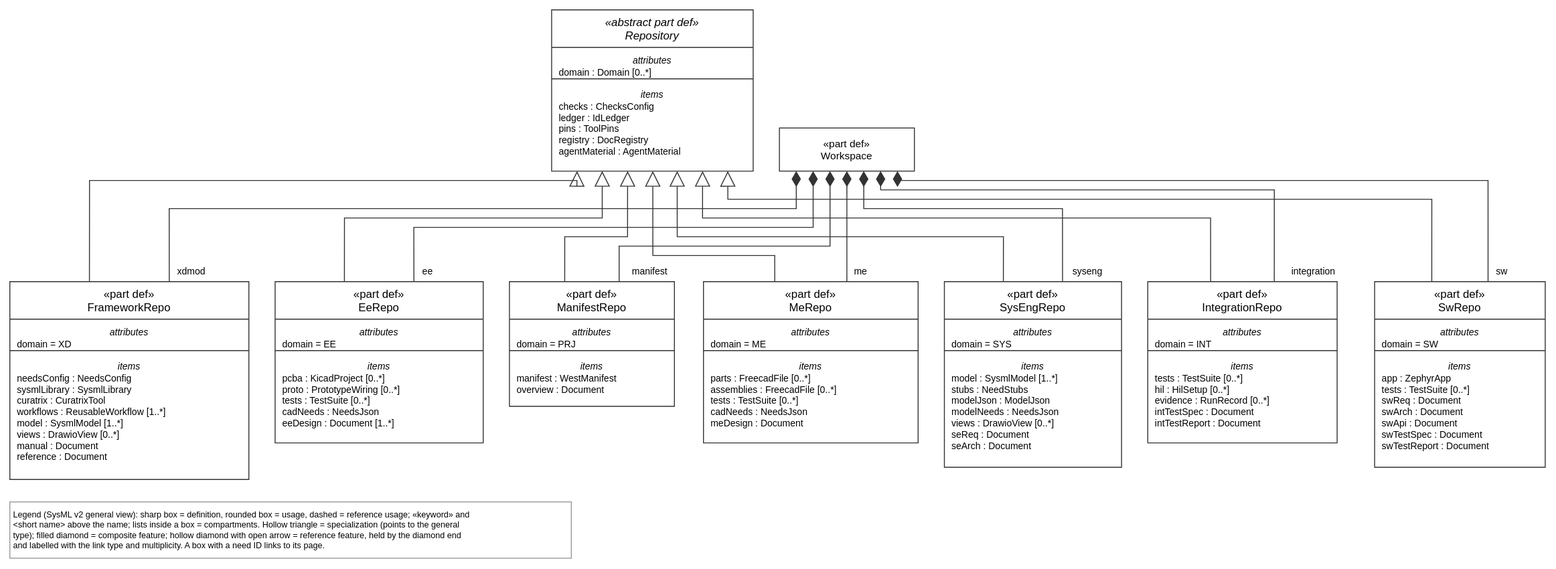
Above: views/workspaceRepos.drawio.svg in tiacsys/xdmod (draw.io), before the change. Source tidied: cells renumbered, new cells last; positions are measured from the earlier drawing's top-left corner, leaving out a move shared by most shapes.
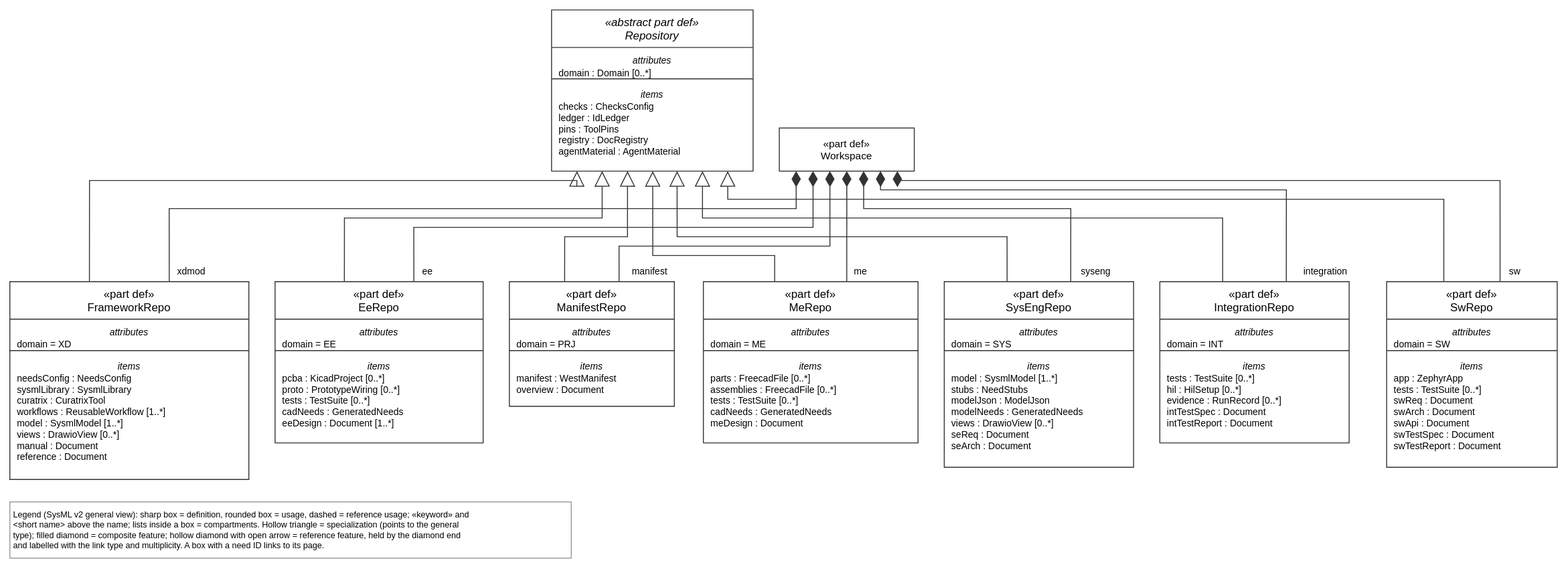
After the commit.

Diff of the diagram source:
```diff
@@ -9,7 +9,7 @@
       <mxGeometry y="290" width="255" height="211" as="geometry" />
     </mxCell>
     <mxCell id="4" value="«part def»&#10;IntegrationRepo" style="html=0;fontFamily=Helvetica;fontSize=11;strokeColor=#333333;rounded=0;fillColor=#FFFFFF;swimlane;startSize=40;horizontal=1;fontStyle=0;swimlaneLine=1;" parent="1" vertex="1">
-      <mxGeometry x="1214" y="290" width="202" height="172" as="geometry" />
+      <mxGeometry x="1227" y="290" width="202" height="172" as="geometry" />
     </mxCell>
     <mxCell id="5" value="«part def»&#10;ManifestRepo" style="html=0;fontFamily=Helvetica;fontSize=11;strokeColor=#333333;rounded=0;fillColor=#FFFFFF;swimlane;startSize=40;horizontal=1;fontStyle=0;swimlaneLine=1;" parent="1" vertex="1">
       <mxGeometry x="533" y="290" width="176" height="133" as="geometry" />
@@ -21,10 +21,10 @@
       <mxGeometry x="578" width="215" height="172" as="geometry" />
     </mxCell>
     <mxCell id="8" value="«part def»&#10;SwRepo" style="html=0;fontFamily=Helvetica;fontSize=11;strokeColor=#333333;rounded=0;fillColor=#FFFFFF;swimlane;startSize=40;horizontal=1;fontStyle=0;swimlaneLine=1;" parent="1" vertex="1">
-      <mxGeometry x="1456" y="290" width="182" height="198" as="geometry" />
+      <mxGeometry x="1469" y="290" width="182" height="198" as="geometry" />
     </mxCell>
     <mxCell id="9" value="«part def»&#10;SysEngRepo" style="html=0;fontFamily=Helvetica;fontSize=11;strokeColor=#333333;rounded=0;fillColor=#FFFFFF;swimlane;startSize=40;horizontal=1;fontStyle=0;swimlaneLine=1;" parent="1" vertex="1">
-      <mxGeometry x="997" y="290" width="189" height="198" as="geometry" />
+      <mxGeometry x="997" y="290" width="202" height="198" as="geometry" />
     </mxCell>
     <mxCell id="10" value="«part def»&#10;Workspace" style="html=0;fontFamily=Helvetica;fontSize=11;strokeColor=#333333;rounded=0;fillColor=#FFFFFF;verticalAlign=middle;" parent="1" vertex="1">
       <mxGeometry x="821" y="126" width="144" height="46" as="geometry" />
@@ -44,7 +44,7 @@
     <mxCell id="15" value="items" style="text;html=0;align=center;verticalAlign=top;spacingTop=0;fontFamily=Helvetica;fontSize=10;fontStyle=2;strokeColor=none;" parent="2" vertex="1">
       <mxGeometry y="78" width="222" height="13" as="geometry" />
     </mxCell>
-    <mxCell id="16" value="pcba : KicadProject [0..*]&#10;proto : PrototypeWiring [0..*]&#10;tests : TestSuite [0..*]&#10;cadNeeds : NeedsJson&#10;eeDesign : Document [1..*]" style="text;html=0;align=left;verticalAlign=top;spacingLeft=6;spacingTop=0;fontFamily=Helvetica;fontSize=10;" parent="2" vertex="1">
+    <mxCell id="16" value="pcba : KicadProject [0..*]&#10;proto : PrototypeWiring [0..*]&#10;tests : TestSuite [0..*]&#10;cadNeeds : GeneratedNeeds&#10;eeDesign : Document [1..*]" style="text;html=0;align=left;verticalAlign=top;spacingLeft=6;spacingTop=0;fontFamily=Helvetica;fontSize=10;" parent="2" vertex="1">
       <mxGeometry y="91" width="222" height="69" as="geometry" />
     </mxCell>
     <mxCell id="17" value="attributes" style="text;html=0;align=center;verticalAlign=top;spacingTop=0;fontFamily=Helvetica;fontSize=10;fontStyle=2;strokeColor=none;" parent="3" vertex="1">
@@ -104,7 +104,7 @@
     <mxCell id="35" value="items" style="text;html=0;align=center;verticalAlign=top;spacingTop=0;fontFamily=Helvetica;fontSize=10;fontStyle=2;strokeColor=none;" parent="6" vertex="1">
       <mxGeometry y="78" width="229" height="13" as="geometry" />
     </mxCell>
-    <mxCell id="36" value="parts : FreecadFile [0..*]&#10;assemblies : FreecadFile [0..*]&#10;tests : TestSuite [0..*]&#10;cadNeeds : NeedsJson&#10;meDesign : Document" style="text;html=0;align=left;verticalAlign=top;spacingLeft=6;spacingTop=0;fontFamily=Helvetica;fontSize=10;" parent="6" vertex="1">
+    <mxCell id="36" value="parts : FreecadFile [0..*]&#10;assemblies : FreecadFile [0..*]&#10;tests : TestSuite [0..*]&#10;cadNeeds : GeneratedNeeds&#10;meDesign : Document" style="text;html=0;align=left;verticalAlign=top;spacingLeft=6;spacingTop=0;fontFamily=Helvetica;fontSize=10;" parent="6" vertex="1">
       <mxGeometry y="91" width="229" height="69" as="geometry" />
     </mxCell>
     <mxCell id="37" value="attributes" style="text;html=0;align=center;verticalAlign=top;spacingTop=0;fontFamily=Helvetica;fontSize=10;fontStyle=2;strokeColor=none;" parent="7" vertex="1">
@@ -138,19 +138,19 @@
       <mxGeometry y="91" width="182" height="95" as="geometry" />
     </mxCell>
     <mxCell id="47" value="attributes" style="text;html=0;align=center;verticalAlign=top;spacingTop=0;fontFamily=Helvetica;fontSize=10;fontStyle=2;strokeColor=none;" parent="9" vertex="1">
-      <mxGeometry y="42" width="189" height="13" as="geometry" />
+      <mxGeometry y="42" width="202" height="13" as="geometry" />
     </mxCell>
     <mxCell id="48" value="domain = SYS" style="text;html=0;align=left;verticalAlign=top;spacingLeft=6;spacingTop=0;fontFamily=Helvetica;fontSize=10;" parent="9" vertex="1">
-      <mxGeometry y="55" width="189" height="17" as="geometry" />
+      <mxGeometry y="55" width="202" height="17" as="geometry" />
     </mxCell>
     <mxCell id="49" style="line;html=0;strokeColor=#333333;strokeWidth=1;" parent="9" vertex="1">
-      <mxGeometry y="73" width="189" height="1" as="geometry" />
+      <mxGeometry y="73" width="202" height="1" as="geometry" />
     </mxCell>
     <mxCell id="50" value="items" style="text;html=0;align=center;verticalAlign=top;spacingTop=0;fontFamily=Helvetica;fontSize=10;fontStyle=2;strokeColor=none;" parent="9" vertex="1">
-      <mxGeometry y="78" width="189" height="13" as="geometry" />
+      <mxGeometry y="78" width="202" height="13" as="geometry" />
     </mxCell>
-    <mxCell id="51" value="model : SysmlModel [1..*]&#10;stubs : NeedStubs&#10;modelJson : ModelJson&#10;modelNeeds : NeedsJson&#10;views : DrawioView [0..*]&#10;seReq : Document&#10;seArch : Document" style="text;html=0;align=left;verticalAlign=top;spacingLeft=6;spacingTop=0;fontFamily=Helvetica;fontSize=10;" parent="9" vertex="1">
-      <mxGeometry y="91" width="189" height="95" as="geometry" />
+    <mxCell id="51" value="model : SysmlModel [1..*]&#10;stubs : NeedStubs&#10;modelJson : ModelJson&#10;modelNeeds : GeneratedNeeds&#10;views : DrawioView [0..*]&#10;seReq : Document&#10;seArch : Document" style="text;html=0;align=left;verticalAlign=top;spacingLeft=6;spacingTop=0;fontFamily=Helvetica;fontSize=10;" parent="9" vertex="1">
+      <mxGeometry y="91" width="202" height="95" as="geometry" />
     </mxCell>
     <mxCell id="52" style="html=0;rounded=0;endSize=10;startSize=14;fontFamily=Helvetica;fontSize=10;labelBackgroundColor=#FFFFFF;strokeColor=#333333;endArrow=block;endFill=0;endSize=14;exitX=0.333;exitY=0.000;exitDx=0;exitDy=0;exitPerimeter=0;entryX=0.251;entryY=1.000;entryDx=0;entryDy=0;entryPerimeter=0;" parent="1" edge="1" source="2" target="7">
       <mxGeometry relative="1" as="geometry">
@@ -171,7 +171,7 @@
     <mxCell id="54" style="html=0;rounded=0;endSize=10;startSize=14;fontFamily=Helvetica;fontSize=10;labelBackgroundColor=#FFFFFF;strokeColor=#333333;endArrow=block;endFill=0;endSize=14;exitX=0.332;exitY=0.000;exitDx=0;exitDy=0;exitPerimeter=0;entryX=0.749;entryY=1.000;entryDx=0;entryDy=0;entryPerimeter=0;" parent="1" edge="1" source="4" target="7">
       <mxGeometry relative="1" as="geometry">
         <Array as="points">
-          <mxPoint x="1281" y="222" />
+          <mxPoint x="1294" y="222" />
           <mxPoint x="739" y="222" />
         </Array>
       </mxGeometry>
@@ -195,15 +195,15 @@
     <mxCell id="57" style="html=0;rounded=0;endSize=10;startSize=14;fontFamily=Helvetica;fontSize=10;labelBackgroundColor=#FFFFFF;strokeColor=#333333;endArrow=block;endFill=0;endSize=14;exitX=0.335;exitY=0.000;exitDx=0;exitDy=0;exitPerimeter=0;entryX=0.874;entryY=1.000;entryDx=0;entryDy=0;entryPerimeter=0;" parent="1" edge="1" source="8" target="7">
       <mxGeometry relative="1" as="geometry">
         <Array as="points">
-          <mxPoint x="1517" y="202" />
+          <mxPoint x="1530" y="202" />
           <mxPoint x="766" y="202" />
         </Array>
       </mxGeometry>
     </mxCell>
-    <mxCell id="58" style="html=0;rounded=0;endSize=10;startSize=14;fontFamily=Helvetica;fontSize=10;labelBackgroundColor=#FFFFFF;strokeColor=#333333;endArrow=block;endFill=0;endSize=14;exitX=0.333;exitY=0.000;exitDx=0;exitDy=0;exitPerimeter=0;entryX=0.623;entryY=1.000;entryDx=0;entryDy=0;entryPerimeter=0;" parent="1" edge="1" source="9" target="7">
+    <mxCell id="58" style="html=0;rounded=0;endSize=10;startSize=14;fontFamily=Helvetica;fontSize=10;labelBackgroundColor=#FFFFFF;strokeColor=#333333;endArrow=block;endFill=0;endSize=14;exitX=0.332;exitY=0.000;exitDx=0;exitDy=0;exitPerimeter=0;entryX=0.623;entryY=1.000;entryDx=0;entryDy=0;entryPerimeter=0;" parent="1" edge="1" source="9" target="7">
       <mxGeometry relative="1" as="geometry">
         <Array as="points">
-          <mxPoint x="1060" y="242" />
+          <mxPoint x="1064" y="242" />
           <mxPoint x="712" y="242" />
         </Array>
       </mxGeometry>
@@ -230,9 +230,9 @@
       <mxGeometry relative="1" as="geometry">
         <Array as="points">
           <mxPoint x="929" y="192" />
-          <mxPoint x="1349" y="192" />
+          <mxPoint x="1362" y="192" />
         </Array>
-        <mxPoint x="213" y="87" as="offset" />
+        <mxPoint x="219" y="87" as="offset" />
       </mxGeometry>
     </mxCell>
     <mxCell id="62" value="manifest" style="html=0;rounded=0;endSize=10;startSize=14;fontFamily=Helvetica;fontSize=10;labelBackgroundColor=#FFFFFF;strokeColor=#333333;startArrow=diamondThin;startFill=1;endArrow=none;exitX=0.375;exitY=1.000;exitDx=0;exitDy=0;exitPerimeter=0;entryX=0.665;entryY=0.000;entryDx=0;entryDy=0;entryPerimeter=0;" parent="1" edge="1" source="10" target="5">
@@ -253,18 +253,18 @@
       <mxGeometry relative="1" as="geometry">
         <Array as="points">
           <mxPoint x="947" y="182" />
-          <mxPoint x="1577" y="182" />
+          <mxPoint x="1590" y="182" />
         </Array>
-        <mxPoint x="281" y="97" as="offset" />
+        <mxPoint x="288" y="97" as="offset" />
       </mxGeometry>
     </mxCell>
-    <mxCell id="65" value="syseng" style="html=0;rounded=0;endSize=10;startSize=14;fontFamily=Helvetica;fontSize=10;labelBackgroundColor=#FFFFFF;strokeColor=#333333;startArrow=diamondThin;startFill=1;endArrow=none;exitX=0.625;exitY=1.000;exitDx=0;exitDy=0;exitPerimeter=0;entryX=0.667;entryY=0.000;entryDx=0;entryDy=0;entryPerimeter=0;" parent="1" edge="1" source="10" target="9">
+    <mxCell id="65" value="syseng" style="html=0;rounded=0;endSize=10;startSize=14;fontFamily=Helvetica;fontSize=10;labelBackgroundColor=#FFFFFF;strokeColor=#333333;startArrow=diamondThin;startFill=1;endArrow=none;exitX=0.625;exitY=1.000;exitDx=0;exitDy=0;exitPerimeter=0;entryX=0.668;entryY=0.000;entryDx=0;entryDy=0;entryPerimeter=0;" parent="1" edge="1" source="10" target="9">
       <mxGeometry relative="1" as="geometry">
         <Array as="points">
           <mxPoint x="911" y="212" />
-          <mxPoint x="1123" y="212" />
+          <mxPoint x="1132" y="212" />
         </Array>
-        <mxPoint x="114" y="67" as="offset" />
+        <mxPoint x="118" y="67" as="offset" />
       </mxGeometry>
     </mxCell>
   </root>
```
